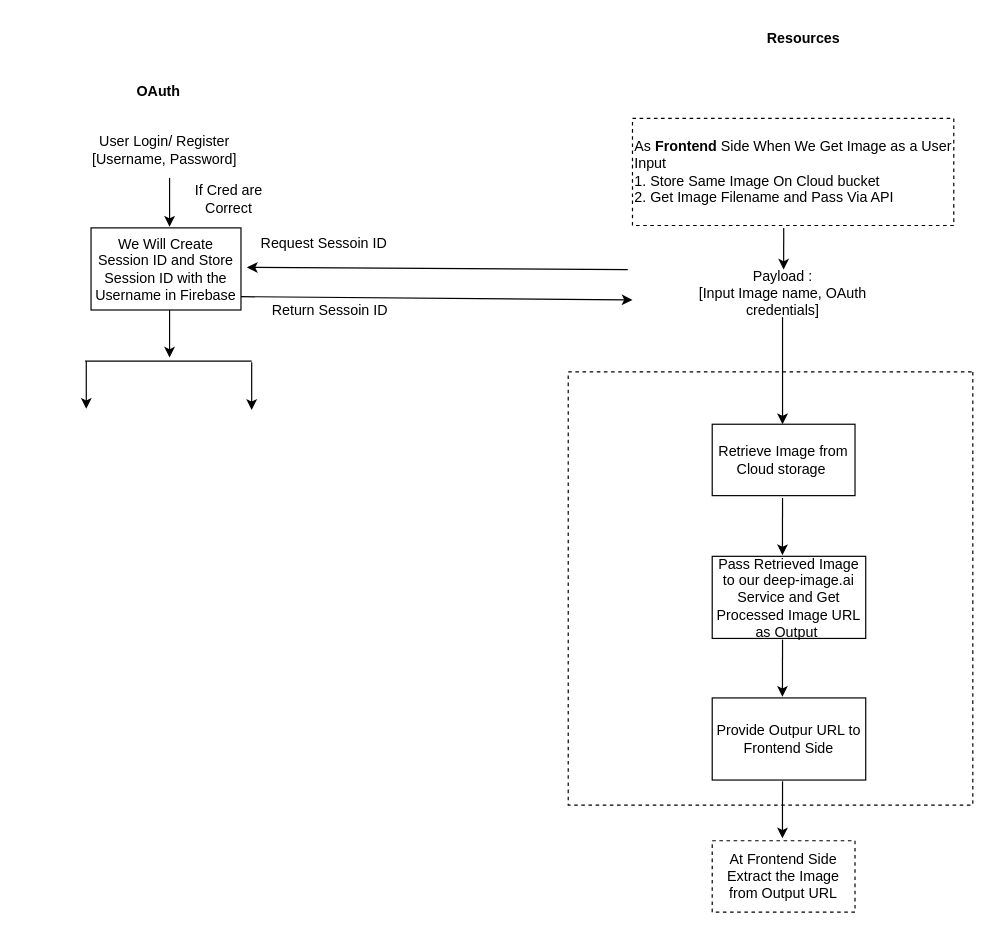
This is photo_up_basic_flow.drawio from rushikesh-mallanath/draw, a draw.io file, before an edit. Source tidied: cells renumbered, new cells numbered last; positions are measured from the earlier drawing's top-left corner, leaving out a move shared by most shapes. Both pictures are drawn from the tidied source at 119%, with x=0, y=0 at pixel (84, 20).
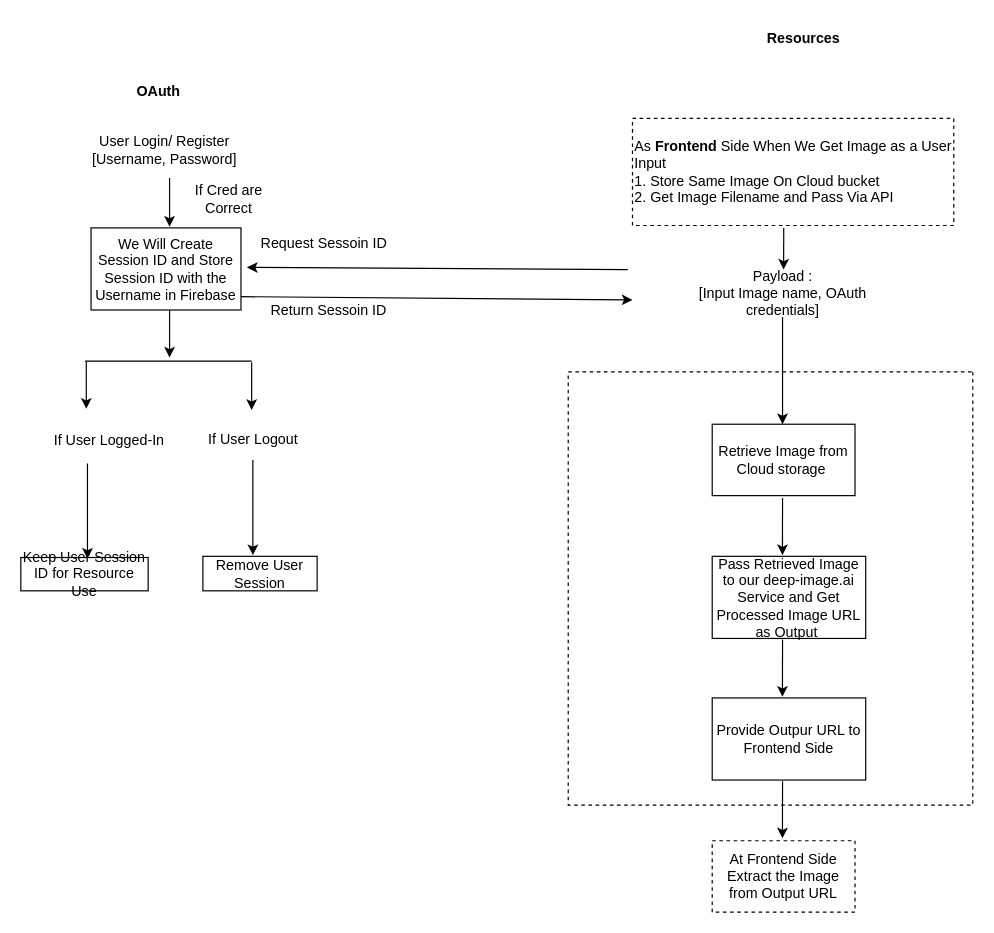
After the change.

The edit, as a diff of the source:
```diff
@@
     <mxCell id="27" value="Return Sessoin ID" style="text;html=1;align=center;verticalAlign=middle;whiteSpace=wrap;rounded=0;" parent="1" vertex="1">
-      <mxGeometry x="136" y="229" width="140" height="30" as="geometry" />
+      <mxGeometry x="135" y="229" width="140" height="30" as="geometry" />
     </mxCell>
+    <mxCell id="28" value="If User Logout" style="text;html=1;align=center;verticalAlign=middle;whiteSpace=wrap;rounded=0;" parent="1" vertex="1">
+      <mxGeometry x="94" y="337" width="95" height="30" as="geometry" />
+    </mxCell>
+    <mxCell id="29" value="If User Logged-In" style="text;html=1;align=center;verticalAlign=middle;whiteSpace=wrap;rounded=0;" parent="1" vertex="1">
+      <mxGeometry x="-27" y="338" width="95" height="30" as="geometry" />
+    </mxCell>
+    <mxCell id="30" style="endArrow=classic;html=1;rounded=0;" parent="1" edge="1">
+      <mxGeometry relative="1" as="geometry">
+        <mxPoint x="2" y="372" as="sourcePoint" />
+        <mxPoint x="2" y="452" as="targetPoint" />
+      </mxGeometry>
+    </mxCell>
+    <mxCell id="31" style="endArrow=classic;html=1;rounded=0;" parent="1" edge="1">
+      <mxGeometry relative="1" as="geometry">
+        <mxPoint x="141" y="369" as="sourcePoint" />
+        <mxPoint x="141" y="449" as="targetPoint" />
+      </mxGeometry>
+    </mxCell>
+    <mxCell id="32" value="Remove User Session" style="rounded=0;whiteSpace=wrap;html=1;" parent="1" vertex="1">
+      <mxGeometry x="99" y="450" width="96" height="29" as="geometry" />
+    </mxCell>
+    <mxCell id="33" value="Keep User Session ID for Resource Use" style="rounded=0;whiteSpace=wrap;html=1;" parent="1" vertex="1">
+      <mxGeometry x="-54" y="451" width="107" height="28" as="geometry" />
+    </mxCell>
```
